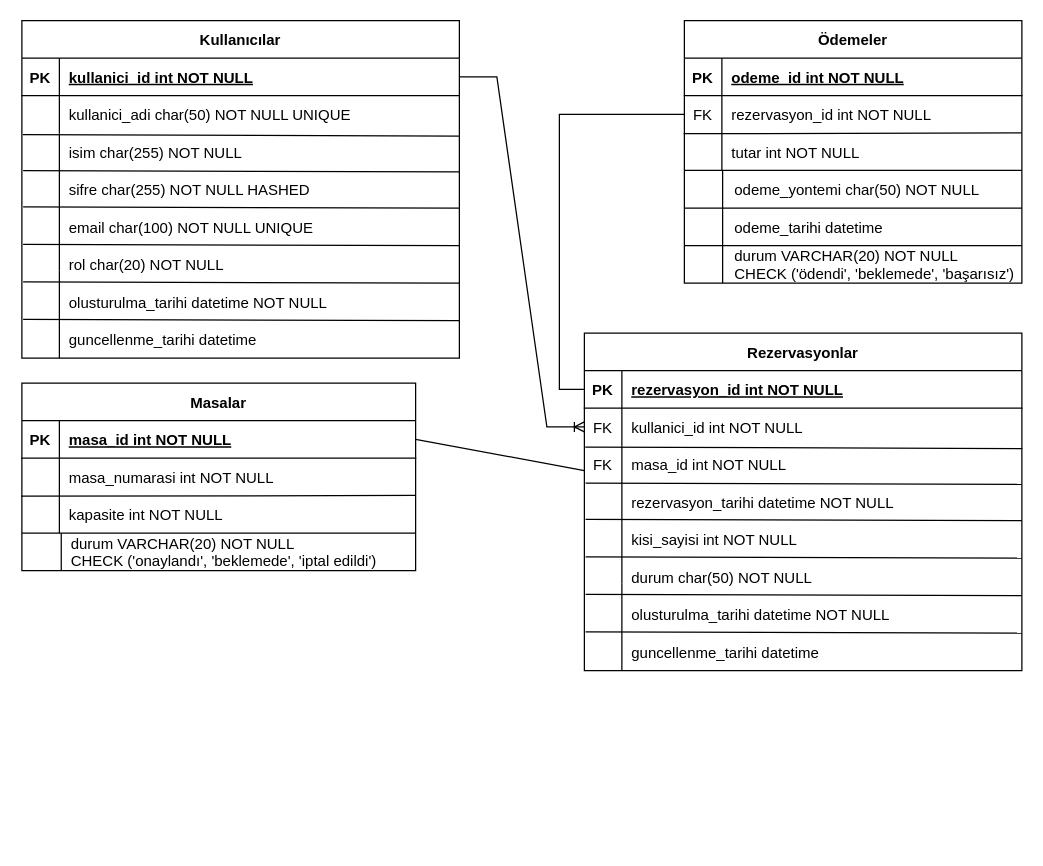
Earlier version of the draw.io diagram veritabanıTasarımı/restoranVeritabanı.drawio (kilicfurkan/bitirmeProjesi). Source tidied: cells renumbered, new cells numbered last; positions are measured from the earlier drawing's top-left corner, leaving out a move shared by most shapes. Both pictures are drawn from the tidied source at 125%, with x=0, y=0 at pixel (21, 20).
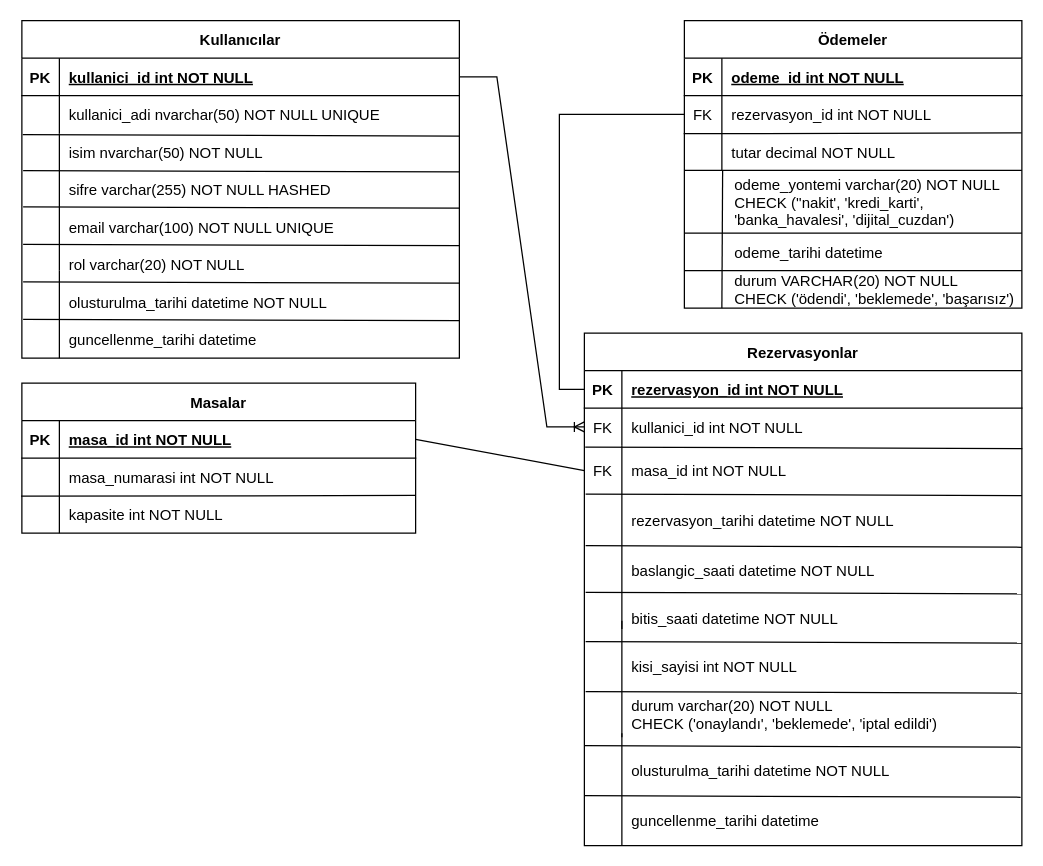
The same diagram, later.

Commit message (it also covers changes not shown here):
veritabanı tasarımı tamamlandı.

The change refers to these unchanged cells:
```xml
<mxCell id="2" style="group;" parent="1" vertex="1">
  <mxGeometry width="350" height="270" as="geometry" />
</mxCell>
<mxCell id="5" style="shape=partialRectangle;fillColor=none;points=[[0,0.5],[1,0.5]];portConstraint=eastwest;top=0;left=0;right=0;bottom=1;" parent="4" vertex="1">
  <mxGeometry y="30" width="350" height="30" as="geometry" />
</mxCell>
<mxCell id="8" style="shape=partialRectangle;fillColor=none;points=[[0,0.5],[1,0.5]];portConstraint=eastwest;top=0;left=0;right=0;bottom=0;" parent="4" vertex="1">
  <mxGeometry y="60" width="350" height="30" as="geometry" />
</mxCell>
<mxCell id="27" style="shape=partialRectangle;fillColor=none;points=[[0,0.5],[1,0.5]];portConstraint=eastwest;top=0;left=0;right=0;bottom=1;" parent="26" vertex="1">
  <mxGeometry y="30" width="315" height="30" as="geometry" />
</mxCell>
<mxCell id="43" style="shape=partialRectangle;fillColor=none;points=[[0,0.5],[1,0.5]];portConstraint=eastwest;top=0;left=0;right=0;bottom=1;" parent="42" vertex="1">
  <mxGeometry y="30" width="350" height="30" as="geometry" />
</mxCell>
<mxCell id="46" style="shape=partialRectangle;fillColor=none;points=[[0,0.5],[1,0.5]];portConstraint=eastwest;top=0;left=0;right=0;bottom=0;" parent="42" vertex="1">
  <mxGeometry y="60" width="350" height="30" as="geometry" />
</mxCell>
<mxCell id="65" style="group;" parent="64" vertex="1">
  <mxGeometry width="270" height="210" as="geometry" />
</mxCell>
<mxCell id="70" style="shape=partialRectangle;fillColor=none;points=[[0,0.5],[1,0.5]];portConstraint=eastwest;top=0;left=0;right=0;bottom=0;" parent="66" vertex="1">
  <mxGeometry y="60" width="270" height="30" as="geometry" />
</mxCell>
<mxCell id="73" style="shape=partialRectangle;fillColor=none;points=[[0,0.5],[1,0.5]];portConstraint=eastwest;top=0;left=0;right=0;bottom=0;" parent="66" vertex="1">
  <mxGeometry y="90" width="270" height="30" as="geometry" />
</mxCell>
```

Change to the diagram source:
```diff
@@
-    <mxCell id="3" value="sifre char(255) NOT NULL HASHED" style="shape=partialRectangle;overflow=hidden;fillColor=none;top=0;left=0;bottom=0;right=0;align=left;spacingLeft=6;" parent="2" vertex="1">
+    <mxCell id="3" value="sifre varchar(255) NOT NULL HASHED" style="shape=partialRectangle;overflow=hidden;fillColor=none;top=0;left=0;bottom=0;right=0;align=left;spacingLeft=6;" parent="2" vertex="1">
       <mxGeometry x="30" y="120" width="270" height="30" as="geometry" />
     </mxCell>
@@
-    <mxCell id="10" value="kullanici_adi char(50) NOT NULL UNIQUE" style="shape=partialRectangle;overflow=hidden;fillColor=none;top=0;left=0;bottom=0;right=0;align=left;spacingLeft=6;" parent="8" vertex="1">
+    <mxCell id="10" value="kullanici_adi nvarchar(50) NOT NULL UNIQUE" style="shape=partialRectangle;overflow=hidden;fillColor=none;top=0;left=0;bottom=0;right=0;align=left;spacingLeft=6;" parent="8" vertex="1">
       <mxGeometry x="30" width="320" height="30" as="geometry" />
     </mxCell>
@@
-    <mxCell id="14" value="email char(100) NOT NULL UNIQUE" style="shape=partialRectangle;overflow=hidden;fillColor=none;top=0;left=0;bottom=0;right=0;align=left;spacingLeft=6;" parent="2" vertex="1">
+    <mxCell id="14" value="email varchar(100) NOT NULL UNIQUE" style="shape=partialRectangle;overflow=hidden;fillColor=none;top=0;left=0;bottom=0;right=0;align=left;spacingLeft=6;" parent="2" vertex="1">
       <mxGeometry x="30" y="150" width="270" height="30" as="geometry" />
     </mxCell>
-    <mxCell id="15" value="rol char(20) NOT NULL" style="shape=partialRectangle;overflow=hidden;fillColor=none;top=0;left=0;bottom=0;right=0;align=left;spacingLeft=6;" parent="2" vertex="1">
+    <mxCell id="15" value="rol varchar(20) NOT NULL" style="shape=partialRectangle;overflow=hidden;fillColor=none;top=0;left=0;bottom=0;right=0;align=left;spacingLeft=6;" parent="2" vertex="1">
       <mxGeometry x="30" y="180" width="270" height="30" as="geometry" />
     </mxCell>
@@
-    <mxCell id="18" value="isim char(255) NOT NULL" style="shape=partialRectangle;overflow=hidden;fillColor=none;top=0;left=0;bottom=0;right=0;align=left;spacingLeft=6;" parent="2" vertex="1">
+    <mxCell id="18" value="isim nvarchar(50) NOT NULL" style="shape=partialRectangle;overflow=hidden;fillColor=none;top=0;left=0;bottom=0;right=0;align=left;spacingLeft=6;" parent="2" vertex="1">
       <mxGeometry x="30" y="90" width="270" height="30" as="geometry" />
     </mxCell>
@@
     <mxCell id="25" style="group;" parent="1" vertex="1">
-      <mxGeometry y="290" width="315" height="150" as="geometry" />
+      <mxGeometry y="290" width="315" height="120" as="geometry" />
     </mxCell>
     <mxCell id="26" value="Masalar" style="shape=table;startSize=30;childLayout=tableLayout;rowLines=0;fontStyle=1;align=center;" parent="25" vertex="1">
-      <mxGeometry width="315" height="150" as="geometry" />
+      <mxGeometry width="315" height="120" as="geometry" />
     </mxCell>
@@
-    <mxCell id="37" value="durum VARCHAR(20) NOT NULL&#10;CHECK ('onaylandı', 'beklemede', 'iptal edildi')" style="shape=partialRectangle;overflow=hidden;fillColor=none;top=0;left=0;bottom=0;right=0;align=left;spacingLeft=6;" parent="25" vertex="1">
-      <mxGeometry x="31.5" y="120" width="277.2" height="30" as="geometry" />
-    </mxCell>
-    <mxCell id="38" style="endArrow=none;html=1;rounded=0;" parent="25" edge="1">
-      <mxGeometry relative="1" as="geometry">
-        <mxPoint x="31.5" y="150" as="sourcePoint" />
-        <mxPoint x="31.5" y="120" as="targetPoint" />
-        <Array as="points">
-          <mxPoint x="31.5" y="130" />
-        </Array>
-      </mxGeometry>
-    </mxCell>
-    <mxCell id="39" style="endArrow=none;html=1;rounded=0;entryX=0.999;entryY=-0.005;entryDx=0;entryDy=0;entryPerimeter=0;exitX=-0.002;exitY=1.016;exitDx=0;exitDy=0;exitPerimeter=0;" parent="25" edge="1">
-      <mxGeometry relative="1" as="geometry">
-        <mxPoint y="120" as="sourcePoint" />
-        <mxPoint x="315" y="120" as="targetPoint" />
-      </mxGeometry>
-    </mxCell>
     <mxCell id="40" style="group;" parent="1" vertex="1">
-      <mxGeometry x="450" y="250" width="350" height="270" as="geometry" />
+      <mxGeometry x="450" y="250" width="350" height="410" as="geometry" />
     </mxCell>
     <mxCell id="41" value="rezervasyon_tarihi datetime NOT NULL" style="shape=partialRectangle;overflow=hidden;fillColor=none;top=0;left=0;bottom=0;right=0;align=left;spacingLeft=6;" parent="40" vertex="1">
-      <mxGeometry x="30" y="120" width="270" height="30" as="geometry" />
+      <mxGeometry x="30" y="130" width="270" height="40" as="geometry" />
     </mxCell>
     <mxCell id="42" value="Rezervasyonlar" style="shape=table;startSize=30;childLayout=tableLayout;rowLines=0;fontStyle=1;align=center;" parent="40" vertex="1">
-      <mxGeometry width="350" height="270" as="geometry" />
+      <mxGeometry width="350" height="410" as="geometry" />
     </mxCell>
@@
     <mxCell id="50" value="FK" style="shape=partialRectangle;overflow=hidden;fillColor=none;top=0;left=0;bottom=0;right=0;" parent="40" vertex="1">
-      <mxGeometry y="90" width="30" height="30" as="geometry" />
+      <mxGeometry y="90" width="30" height="40" as="geometry" />
     </mxCell>
     <mxCell id="51" style="endArrow=none;html=1;rounded=0;entryX=0.096;entryY=1.08;entryDx=0;entryDy=0;entryPerimeter=0;" parent="40" edge="1">
       <mxGeometry relative="1" as="geometry">
-        <mxPoint x="30" y="200" as="sourcePoint" />
+        <mxPoint x="30" y="236.7" as="sourcePoint" />
         <mxPoint x="30" y="90" as="targetPoint" />
       </mxGeometry>
     </mxCell>
     <mxCell id="52" value="kisi_sayisi int NOT NULL   " style="shape=partialRectangle;overflow=hidden;fillColor=none;top=0;left=0;bottom=0;right=0;align=left;spacingLeft=6;" parent="40" vertex="1">
-      <mxGeometry x="30" y="150" width="270" height="30" as="geometry" />
+      <mxGeometry x="30" y="246.7" width="270" height="40" as="geometry" />
     </mxCell>
-    <mxCell id="53" value="durum char(50) NOT NULL" style="shape=partialRectangle;overflow=hidden;fillColor=none;top=0;left=0;bottom=0;right=0;align=left;spacingLeft=6;" parent="40" vertex="1">
-      <mxGeometry x="30" y="180" width="270" height="30" as="geometry" />
+    <mxCell id="53" value="durum varchar(20) NOT NULL &#10;CHECK ('onaylandı', 'beklemede', 'iptal edildi')&#10;" style="shape=partialRectangle;overflow=hidden;fillColor=none;top=0;left=0;bottom=0;right=0;align=left;spacingLeft=6;" parent="40" vertex="1">
+      <mxGeometry x="30" y="290" width="270" height="40" as="geometry" />
     </mxCell>
-    <mxCell id="54" value="olusturulma_tarihi datetime NOT NULL" style="shape=partialRectangle;overflow=hidden;fillColor=none;top=0;left=0;bottom=0;right=0;align=left;spacingLeft=6;" parent="40" vertex="1">
-      <mxGeometry x="30" y="210" width="270" height="30" as="geometry" />
-    </mxCell>
-    <mxCell id="55" value="guncellenme_tarihi datetime " style="shape=partialRectangle;overflow=hidden;fillColor=none;top=0;left=0;bottom=0;right=0;align=left;spacingLeft=6;" parent="40" vertex="1">
-      <mxGeometry x="30" y="240" width="280" height="30" as="geometry" />
-    </mxCell>
     <mxCell id="56" style="endArrow=none;html=1;rounded=0;" parent="40" edge="1">
       <mxGeometry relative="1" as="geometry">
-        <mxPoint x="30" y="270" as="sourcePoint" />
-        <mxPoint x="30" y="200" as="targetPoint" />
+        <mxPoint x="30" y="323.3" as="sourcePoint" />
+        <mxPoint x="30" y="230" as="targetPoint" />
       </mxGeometry>
     </mxCell>
     <mxCell id="57" style="endArrow=none;html=1;rounded=0;entryX=1.001;entryY=1.081;entryDx=0;entryDy=0;entryPerimeter=0;exitX=0.002;exitY=1.037;exitDx=0;exitDy=0;exitPerimeter=0;" parent="40" edge="1">
       <mxGeometry relative="1" as="geometry">
-        <mxPoint x="1" y="120" as="sourcePoint" />
-        <mxPoint x="350" y="121" as="targetPoint" />
+        <mxPoint x="1" y="128.7" as="sourcePoint" />
+        <mxPoint x="350" y="130" as="targetPoint" />
       </mxGeometry>
     </mxCell>
     <mxCell id="58" style="endArrow=none;html=1;rounded=0;entryX=1.001;entryY=1.081;entryDx=0;entryDy=0;entryPerimeter=0;exitX=0.002;exitY=1.037;exitDx=0;exitDy=0;exitPerimeter=0;" parent="40" edge="1">
       <mxGeometry relative="1" as="geometry">
-        <mxPoint x="1" y="149" as="sourcePoint" />
-        <mxPoint x="350" y="150" as="targetPoint" />
+        <mxPoint x="1" y="170" as="sourcePoint" />
+        <mxPoint x="350" y="171.3" as="targetPoint" />
       </mxGeometry>
     </mxCell>
     <mxCell id="59" style="endArrow=none;html=1;rounded=0;entryX=1.001;entryY=1.081;entryDx=0;entryDy=0;entryPerimeter=0;exitX=0.002;exitY=1.037;exitDx=0;exitDy=0;exitPerimeter=0;" parent="40" edge="1">
       <mxGeometry relative="1" as="geometry">
-        <mxPoint x="1" y="179" as="sourcePoint" />
-        <mxPoint x="350" y="180" as="targetPoint" />
+        <mxPoint x="1" y="246.7" as="sourcePoint" />
+        <mxPoint x="350" y="248" as="targetPoint" />
       </mxGeometry>
     </mxCell>
     <mxCell id="60" style="endArrow=none;html=1;rounded=0;entryX=1.001;entryY=1.081;entryDx=0;entryDy=0;entryPerimeter=0;exitX=0.002;exitY=1.037;exitDx=0;exitDy=0;exitPerimeter=0;" parent="40" edge="1">
       <mxGeometry relative="1" as="geometry">
-        <mxPoint x="1" y="209" as="sourcePoint" />
-        <mxPoint x="350" y="210" as="targetPoint" />
+        <mxPoint x="1" y="286.7" as="sourcePoint" />
+        <mxPoint x="350" y="288" as="targetPoint" />
       </mxGeometry>
     </mxCell>
     <mxCell id="61" style="endArrow=none;html=1;rounded=0;entryX=1.001;entryY=1.081;entryDx=0;entryDy=0;entryPerimeter=0;exitX=0.002;exitY=1.037;exitDx=0;exitDy=0;exitPerimeter=0;" parent="40" edge="1">
       <mxGeometry relative="1" as="geometry">
-        <mxPoint x="1" y="239" as="sourcePoint" />
-        <mxPoint x="350" y="240" as="targetPoint" />
+        <mxPoint y="330" as="sourcePoint" />
+        <mxPoint x="349" y="331.3" as="targetPoint" />
       </mxGeometry>
     </mxCell>
     <mxCell id="62" value="masa_id int NOT NULL" style="shape=partialRectangle;overflow=hidden;fillColor=none;top=0;left=0;bottom=0;right=0;align=left;spacingLeft=6;" parent="40" vertex="1">
-      <mxGeometry x="30" y="90" width="270" height="30" as="geometry" />
+      <mxGeometry x="30" y="90" width="270" height="40" as="geometry" />
     </mxCell>
+    <mxCell id="87" value="baslangic_saati datetime NOT NULL" style="shape=partialRectangle;overflow=hidden;fillColor=none;top=0;left=0;bottom=0;right=0;align=left;spacingLeft=6;" parent="40" vertex="1">
+      <mxGeometry x="30" y="170" width="270" height="40" as="geometry" />
+    </mxCell>
+    <mxCell id="88" style="endArrow=none;html=1;rounded=0;entryX=1.001;entryY=1.081;entryDx=0;entryDy=0;entryPerimeter=0;exitX=0.002;exitY=1.037;exitDx=0;exitDy=0;exitPerimeter=0;" parent="40" edge="1">
+      <mxGeometry relative="1" as="geometry">
+        <mxPoint x="1" y="207.3" as="sourcePoint" />
+        <mxPoint x="350" y="208.6" as="targetPoint" />
+      </mxGeometry>
+    </mxCell>
+    <mxCell id="89" value="bitis_saati datetime NOT NULL" style="shape=partialRectangle;overflow=hidden;fillColor=none;top=0;left=0;bottom=0;right=0;align=left;spacingLeft=6;" parent="40" vertex="1">
+      <mxGeometry x="30" y="210" width="270" height="36.7" as="geometry" />
+    </mxCell>
+    <mxCell id="90" style="endArrow=none;html=1;rounded=0;" parent="40" edge="1">
+      <mxGeometry relative="1" as="geometry">
+        <mxPoint x="30" y="410" as="sourcePoint" />
+        <mxPoint x="30" y="320" as="targetPoint" />
+      </mxGeometry>
+    </mxCell>
+    <mxCell id="54" value="olusturulma_tarihi datetime NOT NULL" style="shape=partialRectangle;overflow=hidden;fillColor=none;top=0;left=0;bottom=0;right=0;align=left;spacingLeft=6;" parent="40" vertex="1">
+      <mxGeometry x="30" y="330" width="270" height="40" as="geometry" />
+    </mxCell>
+    <mxCell id="91" style="endArrow=none;html=1;rounded=0;entryX=1.001;entryY=1.081;entryDx=0;entryDy=0;entryPerimeter=0;exitX=0.002;exitY=1.037;exitDx=0;exitDy=0;exitPerimeter=0;" parent="40" edge="1">
+      <mxGeometry relative="1" as="geometry">
+        <mxPoint y="370" as="sourcePoint" />
+        <mxPoint x="349" y="371.3" as="targetPoint" />
+      </mxGeometry>
+    </mxCell>
+    <mxCell id="55" value="guncellenme_tarihi datetime " style="shape=partialRectangle;overflow=hidden;fillColor=none;top=0;left=0;bottom=0;right=0;align=left;spacingLeft=6;" parent="40" vertex="1">
+      <mxGeometry x="30" y="370" width="280" height="40" as="geometry" />
+    </mxCell>
+    <mxCell id="84" style="edgeStyle=entityRelationEdgeStyle;fontSize=12;html=1;endArrow=ERoneToMany;rounded=0;exitX=1;exitY=0.5;exitDx=0;exitDy=0;entryX=0;entryY=0.5;entryDx=0;entryDy=0;" parent="1" edge="1" source="5" target="46">
+      <mxGeometry relative="1" as="geometry">
+        <Array as="points">
+          <mxPoint x="380" y="190" />
+          <mxPoint x="380" y="190" />
+          <mxPoint x="420" y="180" />
+          <mxPoint x="380" y="200" />
+          <mxPoint x="390" y="190" />
+        </Array>
+      </mxGeometry>
+    </mxCell>
+    <mxCell id="85" style="endArrow=none;html=1;rounded=0;exitX=1;exitY=0.5;exitDx=0;exitDy=0;" parent="1" edge="1" source="27">
+      <mxGeometry relative="1" as="geometry">
+        <mxPoint x="450" y="360" as="targetPoint" />
+      </mxGeometry>
+    </mxCell>
+    <mxCell id="86" style="endArrow=none;html=1;rounded=0;entryX=0;entryY=0.5;entryDx=0;entryDy=0;exitX=0;exitY=0.5;exitDx=0;exitDy=0;" parent="1" edge="1" source="70" target="43">
+      <mxGeometry relative="1" as="geometry">
+        <Array as="points">
+          <mxPoint x="430" y="75" />
+          <mxPoint x="430" y="295" />
+        </Array>
+      </mxGeometry>
+    </mxCell>
+    <mxCell id="92" style="group;" parent="1" vertex="1">
+      <mxGeometry x="530" width="270" height="240" as="geometry" />
+    </mxCell>
-    <mxCell id="63" style="group;" parent="1" vertex="1">
-      <mxGeometry x="530" width="270" height="240" as="geometry" />
+    <mxCell id="63" style="group;" parent="92" vertex="1">
+      <mxGeometry width="270" height="240" as="geometry" />
     </mxCell>
@@
     <mxCell id="66" value="Ödemeler" style="shape=table;startSize=30;childLayout=tableLayout;rowLines=0;fontStyle=1;align=center;" parent="65" vertex="1">
-      <mxGeometry width="270" height="210" as="geometry" />
+      <mxGeometry width="270" height="230" as="geometry" />
     </mxCell>
@@
-    <mxCell id="75" value="tutar int NOT NULL" style="shape=partialRectangle;overflow=hidden;fillColor=none;top=0;left=0;bottom=0;right=0;align=left;spacingLeft=6;" parent="73" vertex="1">
+    <mxCell id="75" value="tutar decimal NOT NULL" style="shape=partialRectangle;overflow=hidden;fillColor=none;top=0;left=0;bottom=0;right=0;align=left;spacingLeft=6;" parent="73" vertex="1">
       <mxGeometry x="30" width="240" height="30" as="geometry" />
     </mxCell>
@@
-    <mxCell id="77" value="durum VARCHAR(20) NOT NULL &#10;CHECK ('ödendi', 'beklemede', 'başarısız')&#10;" style="shape=partialRectangle;overflow=hidden;fillColor=none;top=0;left=0;bottom=0;right=0;align=left;spacingLeft=6;" parent="65" vertex="1">
-      <mxGeometry x="32.4" y="180" width="237.6" height="30" as="geometry" />
-    </mxCell>
-    <mxCell id="78" value="odeme_yontemi char(50) NOT NULL" style="shape=partialRectangle;overflow=hidden;fillColor=none;top=0;left=0;bottom=0;right=0;align=left;spacingLeft=6;" parent="65" vertex="1">
-      <mxGeometry x="32.4" y="120" width="237.6" height="30" as="geometry" />
+    <mxCell id="78" value="odeme_yontemi varchar(20) NOT NULL&#10;CHECK (''nakit', 'kredi_karti', &#10;'banka_havalesi', 'dijital_cuzdan')" style="shape=partialRectangle;overflow=hidden;fillColor=none;top=0;left=0;bottom=0;right=0;align=left;spacingLeft=6;" parent="65" vertex="1">
+      <mxGeometry x="32.4" y="120" width="237.6" height="50" as="geometry" />
     </mxCell>
     <mxCell id="79" value="odeme_tarihi datetime" style="shape=partialRectangle;overflow=hidden;fillColor=none;top=0;left=0;bottom=0;right=0;align=left;spacingLeft=6;" parent="65" vertex="1">
-      <mxGeometry x="32.4" y="150" width="237.6" height="30" as="geometry" />
+      <mxGeometry x="32.4" y="170" width="237.6" height="30" as="geometry" />
     </mxCell>
     <mxCell id="80" style="endArrow=none;html=1;rounded=0;" parent="65" edge="1">
       <mxGeometry relative="1" as="geometry">
-        <mxPoint y="180" as="sourcePoint" />
-        <mxPoint x="270" y="180" as="targetPoint" />
+        <mxPoint y="200" as="sourcePoint" />
+        <mxPoint x="270" y="200" as="targetPoint" />
       </mxGeometry>
     </mxCell>
     <mxCell id="81" style="endArrow=none;html=1;rounded=0;" parent="65" edge="1">
       <mxGeometry relative="1" as="geometry">
-        <mxPoint x="30.6" y="210" as="sourcePoint" />
+        <mxPoint x="30" y="230" as="sourcePoint" />
         <mxPoint x="30.6" y="120" as="targetPoint" />
       </mxGeometry>
     </mxCell>
-    <mxCell id="82" style="endArrow=none;html=1;rounded=0;" parent="63" edge="1">
+    <mxCell id="82" style="endArrow=none;html=1;rounded=0;" parent="65" edge="1">
       <mxGeometry relative="1" as="geometry">
-        <mxPoint y="150" as="sourcePoint" />
-        <mxPoint x="270" y="150" as="targetPoint" />
+        <mxPoint y="170" as="sourcePoint" />
+        <mxPoint x="270" y="170" as="targetPoint" />
       </mxGeometry>
     </mxCell>
@@
-    <mxCell id="84" style="edgeStyle=entityRelationEdgeStyle;fontSize=12;html=1;endArrow=ERoneToMany;rounded=0;exitX=1;exitY=0.5;exitDx=0;exitDy=0;entryX=0;entryY=0.5;entryDx=0;entryDy=0;" parent="1" edge="1" source="5" target="46">
-      <mxGeometry relative="1" as="geometry">
-        <Array as="points">
-          <mxPoint x="380" y="190" />
-          <mxPoint x="380" y="190" />
-          <mxPoint x="420" y="180" />
-          <mxPoint x="380" y="200" />
-          <mxPoint x="390" y="190" />
-        </Array>
-      </mxGeometry>
-    </mxCell>
-    <mxCell id="85" style="endArrow=none;html=1;rounded=0;exitX=1;exitY=0.5;exitDx=0;exitDy=0;" parent="1" edge="1" source="27">
-      <mxGeometry relative="1" as="geometry">
-        <mxPoint x="450" y="360" as="targetPoint" />
-      </mxGeometry>
-    </mxCell>
-    <mxCell id="86" style="endArrow=none;html=1;rounded=0;entryX=0;entryY=0.5;entryDx=0;entryDy=0;exitX=0;exitY=0.5;exitDx=0;exitDy=0;" parent="1" edge="1" source="70" target="43">
-      <mxGeometry relative="1" as="geometry">
-        <Array as="points">
-          <mxPoint x="430" y="75" />
-          <mxPoint x="430" y="295" />
-        </Array>
-      </mxGeometry>
-    </mxCell>
+    <mxCell id="77" value="durum VARCHAR(20) NOT NULL &#10;CHECK ('ödendi', 'beklemede', 'başarısız')&#10;" style="shape=partialRectangle;overflow=hidden;fillColor=none;top=0;left=0;bottom=0;right=0;align=left;spacingLeft=6;" parent="92" vertex="1">
+      <mxGeometry x="32.4" y="200" width="237.6" height="30" as="geometry" />
+    </mxCell>
```
